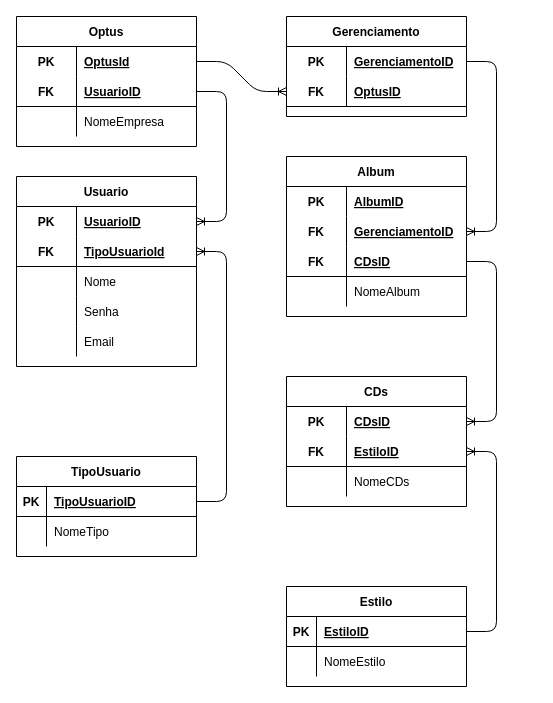
Before: page "Page-2" (2 of 2) of Modelagens/1.4-exercicio-optus/ModelagemLogica/exercicio-1.4-Page-2.drawio in ismott/exercicio-de-BD, a draw.io diagram. Source tidied: cells renumbered, new cells numbered last; positions are measured from the earlier drawing's top-left corner, leaving out a move shared by most shapes. Both pictures are drawn from the tidied source at 100%, with x=0, y=0 at pixel (16, 16).
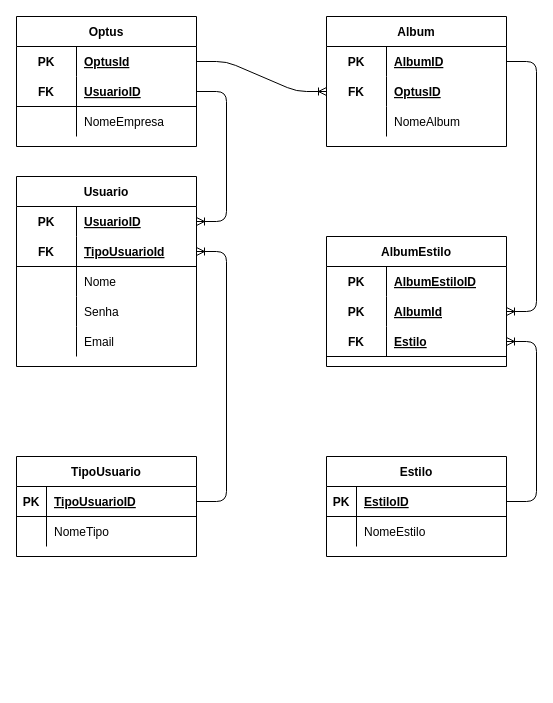
The same diagram, later.

Unchanged cells that the change refers to:
```xml
<mxCell id="27" style="shape=partialRectangle;fillColor=none;top=0;left=0;bottom=0;right=0;points=[[0,0.5],[1,0.5]];portConstraint=eastwest;" parent="26" vertex="1">
  <mxGeometry y="30" width="180" height="30" as="geometry" />
</mxCell>
<mxCell id="45" style="shape=partialRectangle;fillColor=none;top=0;left=0;bottom=0;right=0;points=[[0,0.5],[1,0.5]];portConstraint=eastwest;" parent="44" vertex="1">
  <mxGeometry y="30" width="180" height="30" as="geometry" />
</mxCell>
<mxCell id="48" style="shape=partialRectangle;fillColor=none;top=0;left=0;bottom=0;right=0;points=[[0,0.5],[1,0.5]];portConstraint=eastwest;" parent="44" vertex="1">
  <mxGeometry y="60" width="180" height="30" as="geometry" />
</mxCell>
<mxCell id="68" style="shape=partialRectangle;fillColor=none;top=0;left=0;bottom=1;right=0;points=[[0,0.5],[1,0.5]];portConstraint=eastwest;" parent="67" vertex="1">
  <mxGeometry y="30" width="180" height="30" as="geometry" />
</mxCell>
```

Change to the diagram source:
```diff
@@
-    <mxCell id="37" value="Gerenciamento" style="shape=table;startSize=30;childLayout=tableLayout;rowLines=0;fontStyle=1;align=center;" parent="1" vertex="1">
-      <mxGeometry x="270" width="180" height="100" as="geometry" />
-    </mxCell>
-    <mxCell id="38" style="shape=partialRectangle;fillColor=none;top=0;left=0;bottom=0;right=0;points=[[0,0.5],[1,0.5]];portConstraint=eastwest;" parent="37" vertex="1">
-      <mxGeometry y="30" width="180" height="30" as="geometry" />
-    </mxCell>
-    <mxCell id="39" value="PK" style="shape=partialRectangle;fillColor=none;top=0;left=0;bottom=0;right=0;fontStyle=1;overflow=hidden;" parent="38" vertex="1">
-      <mxGeometry width="60" height="30" as="geometry" />
-    </mxCell>
-    <mxCell id="40" value="GerenciamentoID" style="shape=partialRectangle;fillColor=none;top=0;left=0;bottom=0;right=0;align=left;spacingLeft=6;fontStyle=5;overflow=hidden;" parent="38" vertex="1">
-      <mxGeometry x="60" width="120" height="30" as="geometry" />
-    </mxCell>
-    <mxCell id="41" style="shape=partialRectangle;fillColor=none;top=0;left=0;bottom=1;right=0;points=[[0,0.5],[1,0.5]];portConstraint=eastwest;" parent="37" vertex="1">
-      <mxGeometry y="60" width="180" height="30" as="geometry" />
-    </mxCell>
-    <mxCell id="42" value="FK" style="shape=partialRectangle;fillColor=none;top=0;left=0;bottom=0;right=0;fontStyle=1;overflow=hidden;" parent="41" vertex="1">
-      <mxGeometry width="60" height="30" as="geometry" />
-    </mxCell>
-    <mxCell id="43" value="OptusID" style="shape=partialRectangle;fillColor=none;top=0;left=0;bottom=0;right=0;align=left;spacingLeft=6;fontStyle=5;overflow=hidden;" parent="41" vertex="1">
-      <mxGeometry x="60" width="120" height="30" as="geometry" />
-    </mxCell>
     <mxCell id="44" value="Album" style="shape=table;startSize=30;childLayout=tableLayout;rowLines=0;fontStyle=1;align=center;" parent="1" vertex="1">
-      <mxGeometry x="270" y="140" width="180" height="160" as="geometry" />
+      <mxGeometry x="310" width="180" height="130" as="geometry" />
     </mxCell>
@@
-    <mxCell id="50" value="GerenciamentoID" style="shape=partialRectangle;fillColor=none;top=0;left=0;bottom=0;right=0;align=left;spacingLeft=6;fontStyle=5;overflow=hidden;" parent="48" vertex="1">
+    <mxCell id="50" value="OptusID" style="shape=partialRectangle;fillColor=none;top=0;left=0;bottom=0;right=0;align=left;spacingLeft=6;fontStyle=5;overflow=hidden;" parent="48" vertex="1">
       <mxGeometry x="60" width="120" height="30" as="geometry" />
     </mxCell>
-    <mxCell id="51" style="shape=partialRectangle;fillColor=none;top=0;left=0;bottom=1;right=0;points=[[0,0.5],[1,0.5]];portConstraint=eastwest;" parent="44" vertex="1">
-      <mxGeometry y="90" width="180" height="30" as="geometry" />
-    </mxCell>
-    <mxCell id="52" value="FK" style="shape=partialRectangle;fillColor=none;top=0;left=0;bottom=0;right=0;fontStyle=1;overflow=hidden;" parent="51" vertex="1">
-      <mxGeometry width="60" height="30" as="geometry" />
-    </mxCell>
-    <mxCell id="53" value="CDsID" style="shape=partialRectangle;fillColor=none;top=0;left=0;bottom=0;right=0;align=left;spacingLeft=6;fontStyle=5;overflow=hidden;" parent="51" vertex="1">
-      <mxGeometry x="60" width="120" height="30" as="geometry" />
-    </mxCell>
     <mxCell id="54" style="shape=partialRectangle;fillColor=none;top=0;left=0;bottom=0;right=0;" parent="44" vertex="1">
-      <mxGeometry y="120" width="180" height="30" as="geometry" />
+      <mxGeometry y="90" width="180" height="30" as="geometry" />
     </mxCell>
@@
-    <mxCell id="57" value="CDs" style="shape=table;startSize=30;childLayout=tableLayout;rowLines=0;fontStyle=1;align=center;" parent="1" vertex="1">
-      <mxGeometry x="270" y="360" width="180" height="130" as="geometry" />
-    </mxCell>
-    <mxCell id="58" style="shape=partialRectangle;fillColor=none;top=0;left=0;bottom=0;right=0;points=[[0,0.5],[1,0.5]];portConstraint=eastwest;" parent="57" vertex="1">
-      <mxGeometry y="30" width="180" height="30" as="geometry" />
-    </mxCell>
-    <mxCell id="59" value="PK" style="shape=partialRectangle;fillColor=none;top=0;left=0;bottom=0;right=0;fontStyle=1;overflow=hidden;" parent="58" vertex="1">
-      <mxGeometry width="60" height="30" as="geometry" />
-    </mxCell>
-    <mxCell id="60" value="CDsID" style="shape=partialRectangle;fillColor=none;top=0;left=0;bottom=0;right=0;align=left;spacingLeft=6;fontStyle=5;overflow=hidden;" parent="58" vertex="1">
-      <mxGeometry x="60" width="120" height="30" as="geometry" />
-    </mxCell>
-    <mxCell id="61" style="shape=partialRectangle;fillColor=none;top=0;left=0;bottom=1;right=0;points=[[0,0.5],[1,0.5]];portConstraint=eastwest;" parent="57" vertex="1">
-      <mxGeometry y="60" width="180" height="30" as="geometry" />
-    </mxCell>
-    <mxCell id="62" value="FK" style="shape=partialRectangle;fillColor=none;top=0;left=0;bottom=0;right=0;fontStyle=1;overflow=hidden;" parent="61" vertex="1">
-      <mxGeometry width="60" height="30" as="geometry" />
-    </mxCell>
-    <mxCell id="63" value="EstiloID" style="shape=partialRectangle;fillColor=none;top=0;left=0;bottom=0;right=0;align=left;spacingLeft=6;fontStyle=5;overflow=hidden;" parent="61" vertex="1">
-      <mxGeometry x="60" width="120" height="30" as="geometry" />
-    </mxCell>
-    <mxCell id="64" style="shape=partialRectangle;fillColor=none;top=0;left=0;bottom=0;right=0;" parent="57" vertex="1">
-      <mxGeometry y="90" width="180" height="30" as="geometry" />
-    </mxCell>
-    <mxCell id="65" style="shape=partialRectangle;fillColor=none;top=0;left=0;bottom=0;right=0;overflow=hidden;" parent="64" vertex="1">
-      <mxGeometry width="60" height="30" as="geometry" />
-    </mxCell>
-    <mxCell id="66" value="NomeCDs" style="shape=partialRectangle;fillColor=none;top=0;left=0;bottom=0;right=0;align=left;spacingLeft=6;overflow=hidden;" parent="64" vertex="1">
-      <mxGeometry x="60" width="120" height="30" as="geometry" />
-    </mxCell>
     <mxCell id="67" value="Estilo" style="shape=table;startSize=30;childLayout=tableLayout;rowLines=0;fontStyle=1;align=center;" parent="1" vertex="1">
-      <mxGeometry x="270" y="570" width="180" height="100" as="geometry" />
+      <mxGeometry x="310" y="440" width="180" height="100" as="geometry" />
     </mxCell>
@@
-    <mxCell id="74" style="edgeStyle=entityRelationEdgeStyle;fontSize=12;html=1;endArrow=ERoneToMany;" parent="1" edge="1" source="38" target="48">
-      <mxGeometry relative="1" as="geometry" />
-    </mxCell>
-    <mxCell id="75" style="edgeStyle=entityRelationEdgeStyle;fontSize=12;html=1;endArrow=ERoneToMany;" parent="1" edge="1" source="51" target="58">
-      <mxGeometry relative="1" as="geometry" />
-    </mxCell>
-    <mxCell id="76" style="edgeStyle=entityRelationEdgeStyle;fontSize=12;html=1;endArrow=ERoneToMany;" parent="1" edge="1" source="68" target="61">
-      <mxGeometry relative="1" as="geometry" />
-    </mxCell>
-    <mxCell id="77" style="edgeStyle=entityRelationEdgeStyle;fontSize=12;html=1;endArrow=ERoneToMany;" parent="1" edge="1" source="27" target="41">
+    <mxCell id="77" style="edgeStyle=entityRelationEdgeStyle;fontSize=12;html=1;endArrow=ERoneToMany;" parent="1" edge="1" source="27" target="48">
       <mxGeometry relative="1" as="geometry" />
     </mxCell>
+    <mxCell id="78" value="AlbumEstilo" style="shape=table;startSize=30;childLayout=tableLayout;rowLines=0;fontStyle=1;align=center;" parent="1" vertex="1">
+      <mxGeometry x="310" y="220" width="180" height="130" as="geometry" />
+    </mxCell>
+    <mxCell id="79" style="shape=partialRectangle;fillColor=none;top=0;left=0;bottom=0;right=0;" parent="78" vertex="1">
+      <mxGeometry y="30" width="180" height="30" as="geometry" />
+    </mxCell>
+    <mxCell id="80" value="PK" style="shape=partialRectangle;fillColor=none;top=0;left=0;bottom=0;right=0;fontStyle=1;overflow=hidden;" parent="79" vertex="1">
+      <mxGeometry width="60" height="30" as="geometry" />
+    </mxCell>
+    <mxCell id="81" value="AlbumEstiloID" style="shape=partialRectangle;fillColor=none;top=0;left=0;bottom=0;right=0;align=left;spacingLeft=6;fontStyle=5;overflow=hidden;" parent="79" vertex="1">
+      <mxGeometry x="60" width="120" height="30" as="geometry" />
+    </mxCell>
+    <mxCell id="82" style="shape=partialRectangle;fillColor=none;top=0;left=0;bottom=0;right=0;points=[[0,0.5],[1,0.5]];portConstraint=eastwest;" parent="78" vertex="1">
+      <mxGeometry y="60" width="180" height="30" as="geometry" />
+    </mxCell>
+    <mxCell id="83" value="PK" style="shape=partialRectangle;fillColor=none;top=0;left=0;bottom=0;right=0;fontStyle=1;overflow=hidden;" parent="82" vertex="1">
+      <mxGeometry width="60" height="30" as="geometry" />
+    </mxCell>
+    <mxCell id="84" value="AlbumId" style="shape=partialRectangle;fillColor=none;top=0;left=0;bottom=0;right=0;align=left;spacingLeft=6;fontStyle=5;overflow=hidden;" parent="82" vertex="1">
+      <mxGeometry x="60" width="120" height="30" as="geometry" />
+    </mxCell>
+    <mxCell id="51" style="shape=partialRectangle;fillColor=none;top=0;left=0;bottom=1;right=0;points=[[0,0.5],[1,0.5]];portConstraint=eastwest;" parent="78" vertex="1">
+      <mxGeometry y="90" width="180" height="30" as="geometry" />
+    </mxCell>
+    <mxCell id="85" value="FK" style="shape=partialRectangle;fillColor=none;top=0;left=0;bottom=0;right=0;fontStyle=1;overflow=hidden;" parent="51" vertex="1">
+      <mxGeometry width="60" height="30" as="geometry" />
+    </mxCell>
+    <mxCell id="86" value="Estilo" style="shape=partialRectangle;fillColor=none;top=0;left=0;bottom=0;right=0;align=left;spacingLeft=6;fontStyle=5;overflow=hidden;" parent="51" vertex="1">
+      <mxGeometry x="60" width="120" height="30" as="geometry" />
+    </mxCell>
+    <mxCell id="87" style="edgeStyle=entityRelationEdgeStyle;fontSize=12;html=1;endArrow=ERoneToMany;" parent="1" edge="1" source="45" target="82">
+      <mxGeometry relative="1" as="geometry" />
+    </mxCell>
+    <mxCell id="88" style="edgeStyle=entityRelationEdgeStyle;fontSize=12;html=1;endArrow=ERoneToMany;" parent="1" edge="1" source="68" target="51">
+      <mxGeometry relative="1" as="geometry" />
+    </mxCell>
```
